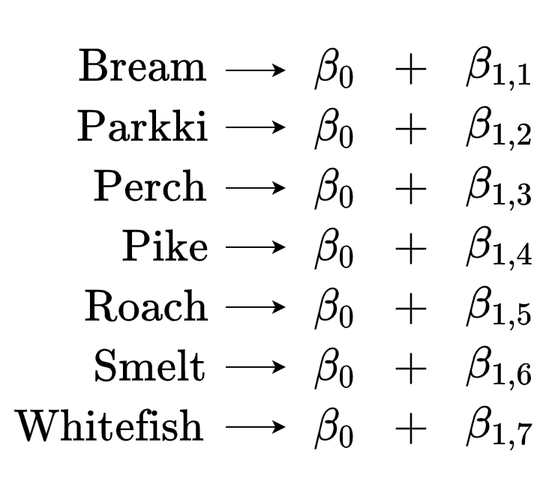
Before: lessons/03_Bambi_Introduction/imgs/expected_values_1_plus_species.png, a diagram exported from draw.io (tomicapretto/etc). Source tidied: cells renumbered, new cells last; positions are measured from the earlier drawing's top-left corner, leaving out a move shared by most shapes.
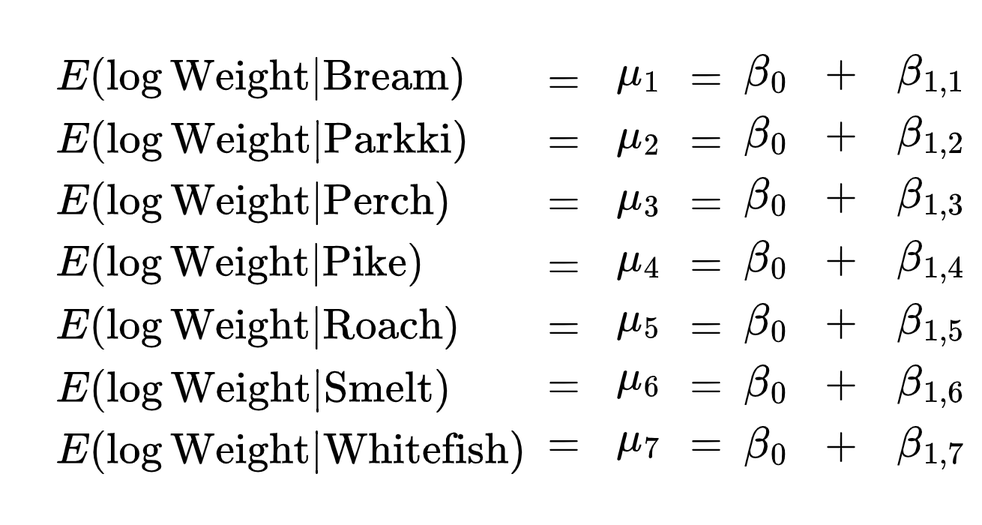
After the commit.

Diff of the diagram source:
```diff
@@ -3,130 +3,151 @@
     <mxCell id="0" />
     <mxCell id="1" parent="0" />
     <mxCell id="2" value="&lt;font style=&quot;font-size: 24px&quot;&gt;$$\beta_0$$&lt;/font&gt;" style="text;html=1;strokeColor=none;fillColor=none;align=center;verticalAlign=middle;whiteSpace=wrap;rounded=0;" parent="1" vertex="1">
-      <mxGeometry x="199" y="4.6" width="40" height="20" as="geometry" />
+      <mxGeometry x="274" y="-3.4" width="40" height="20" as="geometry" />
     </mxCell>
     <mxCell id="3" value="&lt;font style=&quot;font-size: 24px&quot;&gt;$$+$$&lt;/font&gt;" style="text;html=1;strokeColor=none;fillColor=none;align=center;verticalAlign=middle;whiteSpace=wrap;rounded=0;" parent="1" vertex="1">
-      <mxGeometry x="249" y="4.6" width="40" height="20" as="geometry" />
+      <mxGeometry x="324" y="-3.4" width="40" height="20" as="geometry" />
     </mxCell>
-    <mxCell id="4" value="&lt;font style=&quot;font-size: 24px&quot;&gt;$$\text{Bream}$$&lt;/font&gt;" style="text;html=1;strokeColor=none;fillColor=none;align=center;verticalAlign=middle;whiteSpace=wrap;rounded=0;" parent="1" vertex="1">
-      <mxGeometry x="45" width="90" height="29.2" as="geometry" />
-    </mxCell>
     <mxCell id="5" value="&lt;font style=&quot;font-size: 24px&quot;&gt;$$\beta_{1, 1}$$&lt;/font&gt;" style="text;html=1;strokeColor=none;fillColor=none;align=center;verticalAlign=middle;whiteSpace=wrap;rounded=0;" parent="1" vertex="1">
-      <mxGeometry x="309" y="4.6" width="40" height="20" as="geometry" />
+      <mxGeometry x="384" y="-3.4" width="40" height="20" as="geometry" />
     </mxCell>
-    <mxCell id="6" value="&lt;font style=&quot;font-size: 24px&quot;&gt;$$\text{Parkki}$$&lt;/font&gt;" style="text;html=1;strokeColor=none;fillColor=none;align=center;verticalAlign=middle;whiteSpace=wrap;rounded=0;" parent="1" vertex="1">
-      <mxGeometry x="45" y="40" width="90" height="29.2" as="geometry" />
-    </mxCell>
-    <mxCell id="7" value="&lt;font style=&quot;font-size: 24px&quot;&gt;$$\text{Perch}$$&lt;/font&gt;" style="text;html=1;strokeColor=none;fillColor=none;align=center;verticalAlign=middle;whiteSpace=wrap;rounded=0;" parent="1" vertex="1">
-      <mxGeometry x="55" y="80.4" width="80" height="29.5" as="geometry" />
-    </mxCell>
-    <mxCell id="8" value="&lt;font style=&quot;font-size: 24px&quot;&gt;$$\text{Pike}$$&lt;/font&gt;" style="text;html=1;strokeColor=none;fillColor=none;align=center;verticalAlign=middle;whiteSpace=wrap;rounded=0;" parent="1" vertex="1">
-      <mxGeometry x="75" y="120" width="60" height="29.2" as="geometry" />
-    </mxCell>
-    <mxCell id="9" value="&lt;meta http-equiv=&quot;content-type&quot; content=&quot;text/html; charset=utf-8&quot; style=&quot;&quot;&gt;&lt;span style=&quot;font-family: Helvetica; font-size: 24px; font-style: normal; font-variant-ligatures: normal; font-variant-caps: normal; font-weight: 400; letter-spacing: normal; orphans: 2; text-align: center; text-indent: 0px; text-transform: none; widows: 2; word-spacing: 0px; -webkit-text-stroke-width: 0px; background-color: rgb(248, 249, 250); text-decoration-style: initial; text-decoration-color: initial; float: none; display: inline !important;&quot;&gt;$$\text{Roach}$$&lt;/span&gt;" style="text;html=1;strokeColor=none;fillColor=none;align=center;verticalAlign=middle;whiteSpace=wrap;rounded=0;" parent="1" vertex="1">
-      <mxGeometry x="50" y="160" width="85" height="29.2" as="geometry" />
-    </mxCell>
-    <mxCell id="10" value="&lt;span style=&quot;font-family: &amp;#34;helvetica&amp;#34; ; font-size: 24px ; font-style: normal ; font-weight: 400 ; letter-spacing: normal ; text-align: center ; text-indent: 0px ; text-transform: none ; word-spacing: 0px ; background-color: rgb(248 , 249 , 250) ; float: none ; display: inline&quot;&gt;$$\text{Smelt}$$&lt;/span&gt;" style="text;html=1;strokeColor=none;fillColor=none;align=center;verticalAlign=middle;whiteSpace=wrap;rounded=0;" parent="1" vertex="1">
-      <mxGeometry x="55" y="200" width="80" height="29.2" as="geometry" />
-    </mxCell>
-    <mxCell id="11" value="&lt;span style=&quot;font-family: &amp;#34;helvetica&amp;#34; ; font-size: 24px ; font-style: normal ; font-weight: 400 ; letter-spacing: normal ; text-align: center ; text-indent: 0px ; text-transform: none ; word-spacing: 0px ; background-color: rgb(248 , 249 , 250) ; float: none ; display: inline&quot;&gt;$$\text{Whitefish}$$&lt;/span&gt;" style="text;html=1;strokeColor=none;fillColor=none;align=center;verticalAlign=middle;whiteSpace=wrap;rounded=0;" parent="1" vertex="1">
-      <mxGeometry y="240" width="135" height="29.2" as="geometry" />
-    </mxCell>
     <mxCell id="12" value="&lt;font style=&quot;font-size: 24px&quot;&gt;$$\beta_0$$&lt;/font&gt;" style="text;html=1;strokeColor=none;fillColor=none;align=center;verticalAlign=middle;whiteSpace=wrap;rounded=0;" parent="1" vertex="1">
-      <mxGeometry x="199" y="44.6" width="40" height="20" as="geometry" />
+      <mxGeometry x="274" y="37.6" width="40" height="20" as="geometry" />
     </mxCell>
     <mxCell id="13" value="&lt;font style=&quot;font-size: 24px&quot;&gt;$$+$$&lt;/font&gt;" style="text;html=1;strokeColor=none;fillColor=none;align=center;verticalAlign=middle;whiteSpace=wrap;rounded=0;" parent="1" vertex="1">
-      <mxGeometry x="249" y="44.6" width="40" height="20" as="geometry" />
+      <mxGeometry x="324" y="37.6" width="40" height="20" as="geometry" />
     </mxCell>
     <mxCell id="14" value="&lt;font style=&quot;font-size: 24px&quot;&gt;$$\beta_{1, 2}$$&lt;/font&gt;" style="text;html=1;strokeColor=none;fillColor=none;align=center;verticalAlign=middle;whiteSpace=wrap;rounded=0;" parent="1" vertex="1">
-      <mxGeometry x="309" y="44.6" width="40" height="20" as="geometry" />
+      <mxGeometry x="384" y="37.6" width="40" height="20" as="geometry" />
     </mxCell>
     <mxCell id="15" value="&lt;font style=&quot;font-size: 24px&quot;&gt;$$\beta_0$$&lt;/font&gt;" style="text;html=1;strokeColor=none;fillColor=none;align=center;verticalAlign=middle;whiteSpace=wrap;rounded=0;" parent="1" vertex="1">
-      <mxGeometry x="199" y="85.1" width="40" height="20" as="geometry" />
+      <mxGeometry x="274" y="79.1" width="40" height="20" as="geometry" />
     </mxCell>
     <mxCell id="16" value="&lt;font style=&quot;font-size: 24px&quot;&gt;$$+$$&lt;/font&gt;" style="text;html=1;strokeColor=none;fillColor=none;align=center;verticalAlign=middle;whiteSpace=wrap;rounded=0;" parent="1" vertex="1">
-      <mxGeometry x="249" y="85.1" width="40" height="20" as="geometry" />
+      <mxGeometry x="324" y="79.1" width="40" height="20" as="geometry" />
     </mxCell>
     <mxCell id="17" value="&lt;font style=&quot;font-size: 24px&quot;&gt;$$\beta_{1, 3}$$&lt;/font&gt;" style="text;html=1;strokeColor=none;fillColor=none;align=center;verticalAlign=middle;whiteSpace=wrap;rounded=0;" parent="1" vertex="1">
-      <mxGeometry x="309" y="85.1" width="40" height="20" as="geometry" />
+      <mxGeometry x="384" y="79.1" width="40" height="20" as="geometry" />
     </mxCell>
     <mxCell id="18" value="&lt;font style=&quot;font-size: 24px&quot;&gt;$$\beta_0$$&lt;/font&gt;" style="text;html=1;strokeColor=none;fillColor=none;align=center;verticalAlign=middle;whiteSpace=wrap;rounded=0;" parent="1" vertex="1">
-      <mxGeometry x="199" y="124.6" width="40" height="20" as="geometry" />
+      <mxGeometry x="274" y="120.6" width="40" height="20" as="geometry" />
     </mxCell>
     <mxCell id="19" value="&lt;font style=&quot;font-size: 24px&quot;&gt;$$+$$&lt;/font&gt;" style="text;html=1;strokeColor=none;fillColor=none;align=center;verticalAlign=middle;whiteSpace=wrap;rounded=0;" parent="1" vertex="1">
-      <mxGeometry x="249" y="124.6" width="40" height="20" as="geometry" />
+      <mxGeometry x="324" y="120.6" width="40" height="20" as="geometry" />
     </mxCell>
     <mxCell id="20" value="&lt;font style=&quot;font-size: 24px&quot;&gt;$$\beta_{1, 4}$$&lt;/font&gt;" style="text;html=1;strokeColor=none;fillColor=none;align=center;verticalAlign=middle;whiteSpace=wrap;rounded=0;" parent="1" vertex="1">
-      <mxGeometry x="309" y="124.6" width="40" height="20" as="geometry" />
+      <mxGeometry x="384" y="120.6" width="40" height="20" as="geometry" />
     </mxCell>
     <mxCell id="21" value="&lt;font style=&quot;font-size: 24px&quot;&gt;$$\beta_0$$&lt;/font&gt;" style="text;html=1;strokeColor=none;fillColor=none;align=center;verticalAlign=middle;whiteSpace=wrap;rounded=0;" parent="1" vertex="1">
-      <mxGeometry x="199" y="164.6" width="40" height="20" as="geometry" />
+      <mxGeometry x="274" y="162.6" width="40" height="20" as="geometry" />
     </mxCell>
     <mxCell id="22" value="&lt;font style=&quot;font-size: 24px&quot;&gt;$$+$$&lt;/font&gt;" style="text;html=1;strokeColor=none;fillColor=none;align=center;verticalAlign=middle;whiteSpace=wrap;rounded=0;" parent="1" vertex="1">
-      <mxGeometry x="249" y="164.6" width="40" height="20" as="geometry" />
+      <mxGeometry x="324" y="162.6" width="40" height="20" as="geometry" />
     </mxCell>
     <mxCell id="23" value="&lt;font style=&quot;font-size: 24px&quot;&gt;$$\beta_{1, 5}$$&lt;/font&gt;" style="text;html=1;strokeColor=none;fillColor=none;align=center;verticalAlign=middle;whiteSpace=wrap;rounded=0;" parent="1" vertex="1">
-      <mxGeometry x="309" y="164.6" width="40" height="20" as="geometry" />
+      <mxGeometry x="384" y="162.6" width="40" height="20" as="geometry" />
     </mxCell>
     <mxCell id="24" value="&lt;font style=&quot;font-size: 24px&quot;&gt;$$\beta_0$$&lt;/font&gt;" style="text;html=1;strokeColor=none;fillColor=none;align=center;verticalAlign=middle;whiteSpace=wrap;rounded=0;" parent="1" vertex="1">
-      <mxGeometry x="199" y="204.6" width="40" height="20" as="geometry" />
+      <mxGeometry x="274" y="203.6" width="40" height="20" as="geometry" />
     </mxCell>
     <mxCell id="25" value="&lt;font style=&quot;font-size: 24px&quot;&gt;$$+$$&lt;/font&gt;" style="text;html=1;strokeColor=none;fillColor=none;align=center;verticalAlign=middle;whiteSpace=wrap;rounded=0;" parent="1" vertex="1">
-      <mxGeometry x="249" y="204.6" width="40" height="20" as="geometry" />
+      <mxGeometry x="324" y="203.6" width="40" height="20" as="geometry" />
     </mxCell>
     <mxCell id="26" value="&lt;font style=&quot;font-size: 24px&quot;&gt;$$\beta_{1, 6}$$&lt;/font&gt;" style="text;html=1;strokeColor=none;fillColor=none;align=center;verticalAlign=middle;whiteSpace=wrap;rounded=0;" parent="1" vertex="1">
-      <mxGeometry x="309" y="204.6" width="40" height="20" as="geometry" />
+      <mxGeometry x="384" y="203.6" width="40" height="20" as="geometry" />
     </mxCell>
     <mxCell id="27" value="&lt;font style=&quot;font-size: 24px&quot;&gt;$$\beta_0$$&lt;/font&gt;" style="text;html=1;strokeColor=none;fillColor=none;align=center;verticalAlign=middle;whiteSpace=wrap;rounded=0;" parent="1" vertex="1">
-      <mxGeometry x="199" y="244.6" width="40" height="20" as="geometry" />
+      <mxGeometry x="274" y="244.6" width="40" height="20" as="geometry" />
     </mxCell>
     <mxCell id="28" value="&lt;font style=&quot;font-size: 24px&quot;&gt;$$+$$&lt;/font&gt;" style="text;html=1;strokeColor=none;fillColor=none;align=center;verticalAlign=middle;whiteSpace=wrap;rounded=0;" parent="1" vertex="1">
-      <mxGeometry x="249" y="244.6" width="40" height="20" as="geometry" />
+      <mxGeometry x="324" y="244.6" width="40" height="20" as="geometry" />
     </mxCell>
     <mxCell id="29" value="&lt;font style=&quot;font-size: 24px&quot;&gt;$$\beta_{1, 7}$$&lt;/font&gt;" style="text;html=1;strokeColor=none;fillColor=none;align=center;verticalAlign=middle;whiteSpace=wrap;rounded=0;" parent="1" vertex="1">
-      <mxGeometry x="309" y="244.6" width="40" height="20" as="geometry" />
+      <mxGeometry x="384" y="244.6" width="40" height="20" as="geometry" />
     </mxCell>
-    <mxCell id="30" style="endArrow=classic;html=1;" parent="1" edge="1">
-      <mxGeometry relative="1" as="geometry">
-        <mxPoint x="145" y="16.5" as="sourcePoint" />
-        <mxPoint x="185" y="16.5" as="targetPoint" />
-      </mxGeometry>
-    </mxCell>
-    <mxCell id="31" style="endArrow=classic;html=1;" parent="1" edge="1">
-      <mxGeometry relative="1" as="geometry">
-        <mxPoint x="145" y="54.5" as="sourcePoint" />
-        <mxPoint x="185" y="54.5" as="targetPoint" />
-      </mxGeometry>
-    </mxCell>
-    <mxCell id="32" style="endArrow=classic;html=1;" parent="1" edge="1">
-      <mxGeometry relative="1" as="geometry">
-        <mxPoint x="145" y="94.9" as="sourcePoint" />
-        <mxPoint x="185" y="94.9" as="targetPoint" />
-      </mxGeometry>
-    </mxCell>
-    <mxCell id="33" style="endArrow=classic;html=1;" parent="1" edge="1">
-      <mxGeometry relative="1" as="geometry">
-        <mxPoint x="145" y="134.5" as="sourcePoint" />
-        <mxPoint x="185" y="134.5" as="targetPoint" />
-      </mxGeometry>
-    </mxCell>
-    <mxCell id="34" style="endArrow=classic;html=1;" parent="1" edge="1">
-      <mxGeometry relative="1" as="geometry">
-        <mxPoint x="145" y="174.5" as="sourcePoint" />
-        <mxPoint x="185" y="174.5" as="targetPoint" />
-      </mxGeometry>
-    </mxCell>
-    <mxCell id="35" style="endArrow=classic;html=1;" parent="1" edge="1">
-      <mxGeometry relative="1" as="geometry">
-        <mxPoint x="145" y="214.5" as="sourcePoint" />
-        <mxPoint x="185" y="214.5" as="targetPoint" />
-      </mxGeometry>
-    </mxCell>
-    <mxCell id="36" style="endArrow=classic;html=1;" parent="1" edge="1">
-      <mxGeometry relative="1" as="geometry">
-        <mxPoint x="145" y="254.5" as="sourcePoint" />
-        <mxPoint x="185" y="254.5" as="targetPoint" />
-      </mxGeometry>
-    </mxCell>
+    <mxCell id="37" value="&lt;font style=&quot;font-size: 24px&quot;&gt;$$E(\log\text{Weight} | \text{Bream})$$&lt;/font&gt;" style="text;html=1;strokeColor=none;fillColor=none;align=center;verticalAlign=middle;whiteSpace=wrap;rounded=0;" parent="1" vertex="1">
+      <mxGeometry x="-193" y="-4.3" width="300" height="29.2" as="geometry" />
+    </mxCell>
+    <mxCell id="38" value="&lt;span style=&quot;font-size: 24px;&quot;&gt;$$\mu_1$$&lt;/span&gt;" style="text;html=1;strokeColor=none;fillColor=none;align=center;verticalAlign=middle;whiteSpace=wrap;rounded=0;" parent="1" vertex="1">
+      <mxGeometry x="179" y="-7.6" width="60" height="30" as="geometry" />
+    </mxCell>
+    <mxCell id="39" value="&lt;font style=&quot;font-size: 24px&quot;&gt;$$=$$&lt;/font&gt;" style="text;html=1;strokeColor=none;fillColor=none;align=center;verticalAlign=middle;whiteSpace=wrap;rounded=0;" parent="1" vertex="1">
+      <mxGeometry x="139" y="2.4" width="40" height="20" as="geometry" />
+    </mxCell>
+    <mxCell id="40" value="&lt;font style=&quot;font-size: 24px&quot;&gt;$$=$$&lt;/font&gt;" style="text;html=1;strokeColor=none;fillColor=none;align=center;verticalAlign=middle;whiteSpace=wrap;rounded=0;" parent="1" vertex="1">
+      <mxGeometry x="234" y="0.3" width="40" height="20" as="geometry" />
+    </mxCell>
+    <mxCell id="41" value="&lt;font style=&quot;font-size: 24px&quot;&gt;$$E(\log\text{Weight} | \text{Parkki})$$&lt;/font&gt;" style="text;html=1;strokeColor=none;fillColor=none;align=center;verticalAlign=middle;whiteSpace=wrap;rounded=0;" parent="1" vertex="1">
+      <mxGeometry x="-192" y="37.4" width="300" height="29.2" as="geometry" />
+    </mxCell>
+    <mxCell id="42" value="&lt;span style=&quot;font-size: 24px;&quot;&gt;$$\mu_2$$&lt;/span&gt;" style="text;html=1;strokeColor=none;fillColor=none;align=center;verticalAlign=middle;whiteSpace=wrap;rounded=0;" parent="1" vertex="1">
+      <mxGeometry x="179" y="34.1" width="60" height="30" as="geometry" />
+    </mxCell>
+    <mxCell id="43" value="&lt;font style=&quot;font-size: 24px&quot;&gt;$$=$$&lt;/font&gt;" style="text;html=1;strokeColor=none;fillColor=none;align=center;verticalAlign=middle;whiteSpace=wrap;rounded=0;" parent="1" vertex="1">
+      <mxGeometry x="139" y="42" width="40" height="20" as="geometry" />
+    </mxCell>
+    <mxCell id="44" value="&lt;font style=&quot;font-size: 24px&quot;&gt;$$=$$&lt;/font&gt;" style="text;html=1;strokeColor=none;fillColor=none;align=center;verticalAlign=middle;whiteSpace=wrap;rounded=0;" parent="1" vertex="1">
+      <mxGeometry x="234" y="42" width="40" height="20" as="geometry" />
+    </mxCell>
+    <mxCell id="45" value="&lt;font style=&quot;font-size: 24px&quot;&gt;$$E(\log\text{Weight} | \text{Perch})$$&lt;/font&gt;" style="text;html=1;strokeColor=none;fillColor=none;align=center;verticalAlign=middle;whiteSpace=wrap;rounded=0;" parent="1" vertex="1">
+      <mxGeometry x="-198" y="78.2" width="300" height="29.2" as="geometry" />
+    </mxCell>
+    <mxCell id="46" value="&lt;span style=&quot;font-size: 24px;&quot;&gt;$$\mu_3$$&lt;/span&gt;" style="text;html=1;strokeColor=none;fillColor=none;align=center;verticalAlign=middle;whiteSpace=wrap;rounded=0;" parent="1" vertex="1">
+      <mxGeometry x="179" y="74.5" width="60" height="30" as="geometry" />
+    </mxCell>
+    <mxCell id="47" value="&lt;font style=&quot;font-size: 24px&quot;&gt;$$=$$&lt;/font&gt;" style="text;html=1;strokeColor=none;fillColor=none;align=center;verticalAlign=middle;whiteSpace=wrap;rounded=0;" parent="1" vertex="1">
+      <mxGeometry x="139" y="83.1" width="40" height="20" as="geometry" />
+    </mxCell>
+    <mxCell id="48" value="&lt;font style=&quot;font-size: 24px&quot;&gt;$$=$$&lt;/font&gt;" style="text;html=1;strokeColor=none;fillColor=none;align=center;verticalAlign=middle;whiteSpace=wrap;rounded=0;" parent="1" vertex="1">
+      <mxGeometry x="234" y="82.8" width="40" height="20" as="geometry" />
+    </mxCell>
+    <mxCell id="49" value="&lt;font style=&quot;font-size: 24px&quot;&gt;$$E(\log\text{Weight} | \text{Pike})$$&lt;/font&gt;" style="text;html=1;strokeColor=none;fillColor=none;align=center;verticalAlign=middle;whiteSpace=wrap;rounded=0;" parent="1" vertex="1">
+      <mxGeometry x="-207" y="119.7" width="300" height="29.2" as="geometry" />
+    </mxCell>
+    <mxCell id="50" value="&lt;span style=&quot;font-size: 24px;&quot;&gt;$$\mu_4$$&lt;/span&gt;" style="text;html=1;strokeColor=none;fillColor=none;align=center;verticalAlign=middle;whiteSpace=wrap;rounded=0;" parent="1" vertex="1">
+      <mxGeometry x="179" y="116.1" width="60" height="30" as="geometry" />
+    </mxCell>
+    <mxCell id="51" value="&lt;font style=&quot;font-size: 24px&quot;&gt;$$=$$&lt;/font&gt;" style="text;html=1;strokeColor=none;fillColor=none;align=center;verticalAlign=middle;whiteSpace=wrap;rounded=0;" parent="1" vertex="1">
+      <mxGeometry x="139" y="124.6" width="40" height="20" as="geometry" />
+    </mxCell>
+    <mxCell id="52" value="&lt;font style=&quot;font-size: 24px&quot;&gt;$$=$$&lt;/font&gt;" style="text;html=1;strokeColor=none;fillColor=none;align=center;verticalAlign=middle;whiteSpace=wrap;rounded=0;" parent="1" vertex="1">
+      <mxGeometry x="234" y="124.3" width="40" height="20" as="geometry" />
+    </mxCell>
+    <mxCell id="53" value="&lt;font style=&quot;font-size: 24px&quot;&gt;$$E(\log\text{Weight} | \text{Roach})$$&lt;/font&gt;" style="text;html=1;strokeColor=none;fillColor=none;align=center;verticalAlign=middle;whiteSpace=wrap;rounded=0;" parent="1" vertex="1">
+      <mxGeometry x="-195" y="161.7" width="300" height="29.2" as="geometry" />
+    </mxCell>
+    <mxCell id="54" value="&lt;span style=&quot;font-size: 24px;&quot;&gt;$$\mu_5$$&lt;/span&gt;" style="text;html=1;strokeColor=none;fillColor=none;align=center;verticalAlign=middle;whiteSpace=wrap;rounded=0;" parent="1" vertex="1">
+      <mxGeometry x="179" y="156.3" width="60" height="30" as="geometry" />
+    </mxCell>
+    <mxCell id="55" value="&lt;font style=&quot;font-size: 24px&quot;&gt;$$=$$&lt;/font&gt;" style="text;html=1;strokeColor=none;fillColor=none;align=center;verticalAlign=middle;whiteSpace=wrap;rounded=0;" parent="1" vertex="1">
+      <mxGeometry x="234" y="166.3" width="40" height="20" as="geometry" />
+    </mxCell>
+    <mxCell id="56" value="&lt;font style=&quot;font-size: 24px&quot;&gt;$$=$$&lt;/font&gt;" style="text;html=1;strokeColor=none;fillColor=none;align=center;verticalAlign=middle;whiteSpace=wrap;rounded=0;" parent="1" vertex="1">
+      <mxGeometry x="139" y="166.3" width="40" height="20" as="geometry" />
+    </mxCell>
+    <mxCell id="57" value="&lt;font style=&quot;font-size: 24px&quot;&gt;$$E(\log\text{Weight} | \text{Smelt})$$&lt;/font&gt;" style="text;html=1;strokeColor=none;fillColor=none;align=center;verticalAlign=middle;whiteSpace=wrap;rounded=0;" parent="1" vertex="1">
+      <mxGeometry x="-198" y="203.6" width="300" height="29.2" as="geometry" />
+    </mxCell>
+    <mxCell id="58" value="&lt;span style=&quot;font-size: 24px;&quot;&gt;$$\mu_6$$&lt;/span&gt;" style="text;html=1;strokeColor=none;fillColor=none;align=center;verticalAlign=middle;whiteSpace=wrap;rounded=0;" parent="1" vertex="1">
+      <mxGeometry x="179" y="194.6" width="60" height="30" as="geometry" />
+    </mxCell>
+    <mxCell id="59" value="&lt;font style=&quot;font-size: 24px&quot;&gt;$$=$$&lt;/font&gt;" style="text;html=1;strokeColor=none;fillColor=none;align=center;verticalAlign=middle;whiteSpace=wrap;rounded=0;" parent="1" vertex="1">
+      <mxGeometry x="234" y="204.6" width="40" height="20" as="geometry" />
+    </mxCell>
+    <mxCell id="60" value="&lt;font style=&quot;font-size: 24px&quot;&gt;$$=$$&lt;/font&gt;" style="text;html=1;strokeColor=none;fillColor=none;align=center;verticalAlign=middle;whiteSpace=wrap;rounded=0;" parent="1" vertex="1">
+      <mxGeometry x="139" y="204.6" width="40" height="20" as="geometry" />
+    </mxCell>
+    <mxCell id="61" value="&lt;font style=&quot;font-size: 24px&quot;&gt;$$E(\log\text{Weight} | \text{Whitefish})$$&lt;/font&gt;" style="text;html=1;strokeColor=none;fillColor=none;align=center;verticalAlign=middle;whiteSpace=wrap;rounded=0;" parent="1" vertex="1">
+      <mxGeometry x="-173" y="244.2" width="300" height="29.2" as="geometry" />
+    </mxCell>
+    <mxCell id="62" value="&lt;span style=&quot;font-size: 24px;&quot;&gt;$$\mu_7$$&lt;/span&gt;" style="text;html=1;strokeColor=none;fillColor=none;align=center;verticalAlign=middle;whiteSpace=wrap;rounded=0;" parent="1" vertex="1">
+      <mxGeometry x="179" y="235.8" width="60" height="30" as="geometry" />
+    </mxCell>
+    <mxCell id="63" value="&lt;font style=&quot;font-size: 24px&quot;&gt;$$=$$&lt;/font&gt;" style="text;html=1;strokeColor=none;fillColor=none;align=center;verticalAlign=middle;whiteSpace=wrap;rounded=0;" parent="1" vertex="1">
+      <mxGeometry x="234" y="244.2" width="40" height="20" as="geometry" />
+    </mxCell>
+    <mxCell id="64" value="&lt;font style=&quot;font-size: 24px&quot;&gt;$$=$$&lt;/font&gt;" style="text;html=1;strokeColor=none;fillColor=none;align=center;verticalAlign=middle;whiteSpace=wrap;rounded=0;" parent="1" vertex="1">
+      <mxGeometry x="139" y="244.2" width="40" height="20" as="geometry" />
+    </mxCell>
   </root>
 </mxGraphModel>
```
